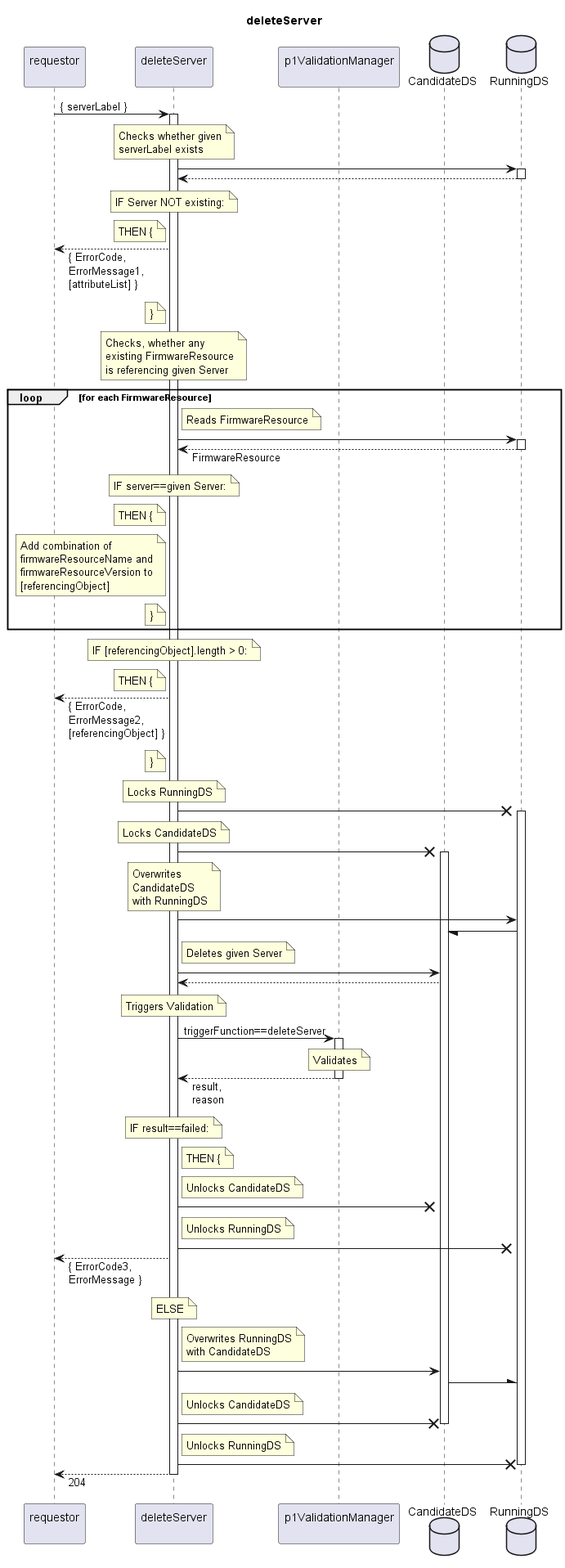
The PlantUML diagram spec/Services/deleteServer/1.0.0/deleteServer.png in openBackhaul/FirmWareManager, before a commit. Source of this version:
```plantuml
@startuml deleteServer
skinparam responseMessageBelowArrow true

title
  deleteServer
end title

participant "requestor\n" as requestor
participant "deleteServer\n" as indServ
participant "p1ValidationManager\n" as valiMan
database "CandidateDS" as CanDS
database "RunningDS" as RunDS

requestor -> indServ: { serverLabel }
activate indServ

  note over indServ
    Checks whether given
    serverLabel exists
  end note
  indServ -> RunDS
  activate RunDS
  indServ <-- RunDS
  deactivate RunDS
  note over indServ
    IF Server NOT existing:
  end note
  note left indServ
    THEN {
  end note
  requestor <-- indServ: { ErrorCode,\nErrorMessage1,\n[attributeList] }
  note left indServ
    }
  end note

  note over indServ
    Checks, whether any
    existing FirmwareResource
    is referencing given Server
  end note
  loop for each FirmwareResource
    note right indServ
      Reads FirmwareResource
    end note
    indServ -> RunDS
    activate RunDS
    indServ <-- RunDS: FirmwareResource
    deactivate RunDS
    note over indServ
      IF server==given Server:
    end note
    note left indServ
      THEN {
    end note
    note left indServ
      Add combination of
      firmwareResourceName and
      firmwareResourceVersion to
      [referencingObject]
    end note
    note left indServ
      }
    end note
  end loop
  note over indServ
    IF [referencingObject].length > 0:
  end note
  note left indServ
    THEN {
  end note
  requestor <-- indServ: { ErrorCode,\nErrorMessage2,\n[referencingObject] }
  note left indServ
    }
  end note

  note over indServ
    Locks RunningDS
  end note
  indServ -X RunDS
  activate RunDS
  note over indServ
    Locks CandidateDS
  end note
  indServ -X CanDS
  activate CanDS
  note over indServ
    Overwrites
    CandidateDS
    with RunningDS
  end note
  indServ -> RunDS
  RunDS -/ CanDS

  note right indServ
    Deletes given Server
  end note
  indServ -> CanDS
  indServ <-- CanDS

  note over indServ
    Triggers Validation
  end note
  indServ -> valiMan: triggerFunction==deleteServer
  activate valiMan
    note over valiMan
      Validates
    end note
  indServ <-- valiMan: result,\nreason
  deactivate valiMan
  note over indServ
    IF result==failed:
  end note
  note right indServ
    THEN {
  end note
  note right indServ
    Unlocks CandidateDS
  end note
  indServ -X CanDS
  note right indServ
    Unlocks RunningDS
  end note
  indServ -X RunDS
  requestor <-- indServ: { ErrorCode3,\nErrorMessage }
  note over indServ
    ELSE
  end note

  note right indServ
    Overwrites RunningDS
    with CandidateDS
  end note
  indServ -> CanDS
  CanDS -\ RunDS
  note right indServ
    Unlocks CandidateDS
  end note
  indServ -X CanDS
  deactivate CanDS
  note right indServ
    Unlocks RunningDS
  end note
  indServ -X RunDS
  deactivate RunDS

requestor <-- indServ: 204
deactivate indServ

@enduml
```
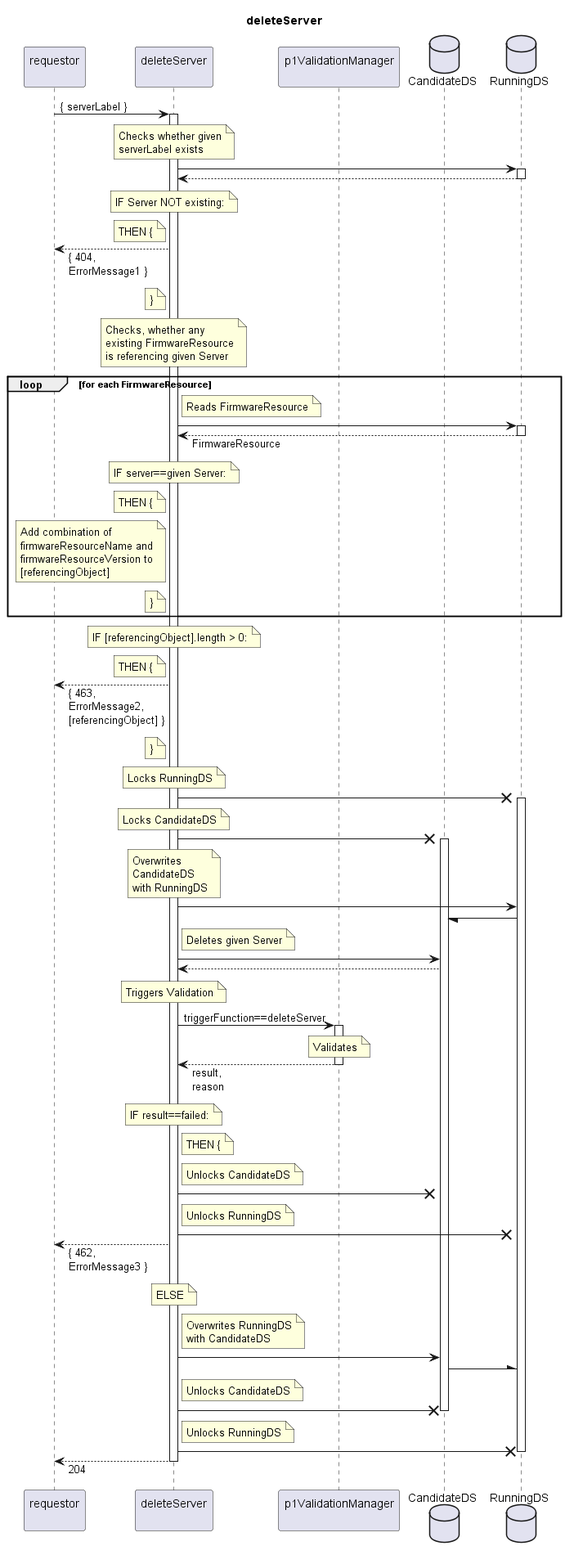
After the commit.

Change to the diagram source:
```diff
@@ -28,7 +28,7 @@
   note left indServ
     THEN {
   end note
-  requestor <-- indServ: { ErrorCode,\nErrorMessage1,\n[attributeList] }
+  requestor <-- indServ: { 404,\nErrorMessage1 }
   note left indServ
     }
   end note
@@ -68,7 +68,7 @@
   note left indServ
     THEN {
   end note
-  requestor <-- indServ: { ErrorCode,\nErrorMessage2,\n[referencingObject] }
+  requestor <-- indServ: { 463,\nErrorMessage2,\n[referencingObject] }
   note left indServ
     }
   end note
@@ -121,7 +121,7 @@
     Unlocks RunningDS
   end note
   indServ -X RunDS
-  requestor <-- indServ: { ErrorCode3,\nErrorMessage }
+  requestor <-- indServ: { 462,\nErrorMessage3 }
   note over indServ
     ELSE
   end note
```
